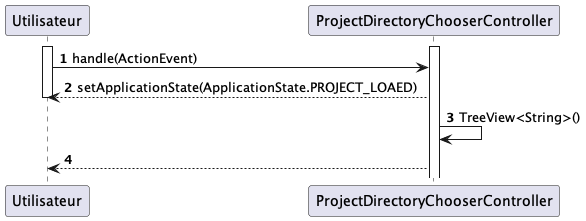
Above: objectAid/docs/Iteration6/Diagramme/diagrammeSequenceImportation.png in Flotss/ObjectAidJava (PlantUML), before the change. Source of this version:
```plantuml
@startuml

autonumber

participant "Utilisateur" as user
participant "ProjectDirectoryChooserController" as pdc
activate pdc
activate user
user -> pdc : handle(ActionEvent)
pdc --> user : setApplicationState(ApplicationState.PROJECT_LOAED)
deactivate user

pdc -> pdc : TreeView<String>()
pdc --> user


@enduml
```
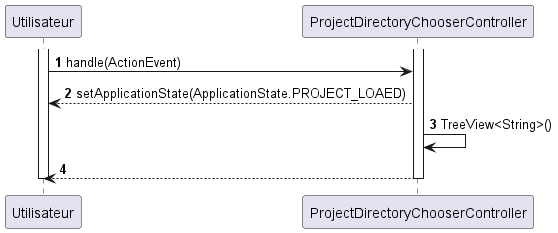
The same file after the commit.

Commit message:
Mise à jour diagramme

What changed in the source:
```diff
@@ -8,10 +8,11 @@
 activate user
 user -> pdc : handle(ActionEvent)
 pdc --> user : setApplicationState(ApplicationState.PROJECT_LOAED)
-deactivate user
 
 pdc -> pdc : TreeView<String>()
 pdc --> user
+deactivate pdc
+deactivate user
 
 
 @enduml
```
